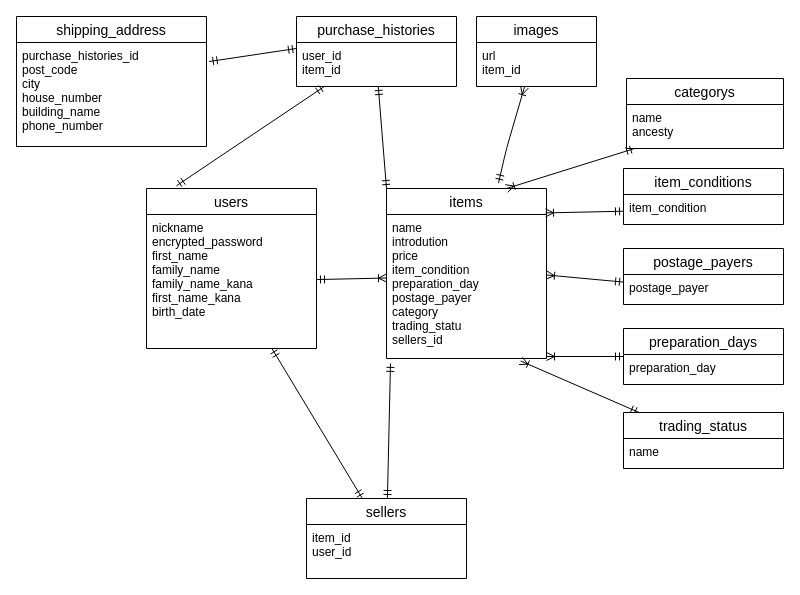
This is furima.dio from coco1127/furima-38432, a draw.io file, before an edit. Source tidied: cells renumbered, new cells numbered last; positions are measured from the earlier drawing's top-left corner, leaving out a move shared by most shapes. Both pictures are drawn from the tidied source at 100%, with x=0, y=0 at pixel (16, 16).
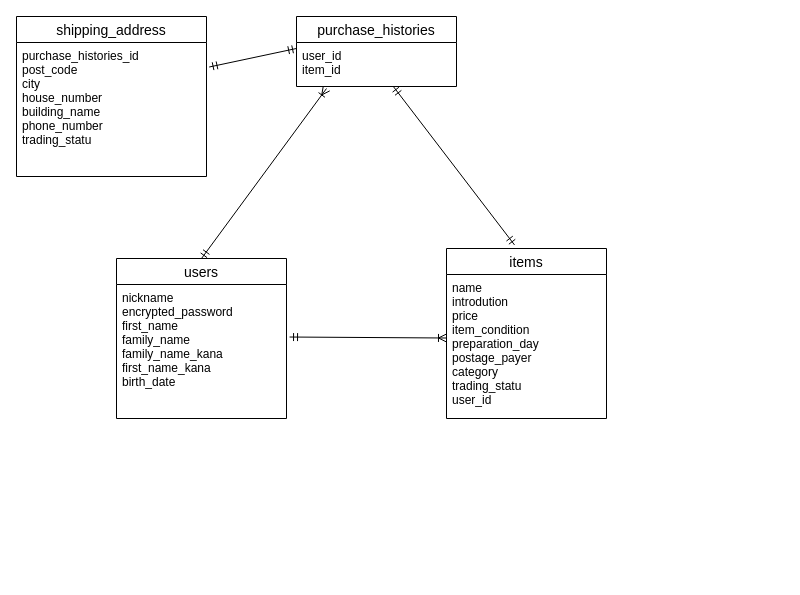
The same page after the edit.

Commit message (it also covers changes not shown here):
都道府県の情報カラム追加

The change refers to these unchanged cells:
```xml
<mxCell id="3" value="nickname&#10;encrypted_password&#10;first_name&#10;family_name&#10;family_name_kana&#10;first_name_kana&#10;birth_date&#10;" style="text;strokeColor=none;fillColor=none;spacingLeft=4;spacingRight=4;overflow=hidden;points=[[0,0.5],[1,0.5]];portConstraint=eastwest;fontSize=12;" parent="2" vertex="1">
  <mxGeometry y="26" width="170" height="134" as="geometry" />
</mxCell>
<mxCell id="11" value="purchase_histories" style="swimlane;fontStyle=0;horizontal=1;startSize=26;align=center;fontSize=14;" parent="1" vertex="1">
  <mxGeometry x="280" width="160" height="70" as="geometry" />
</mxCell>
<mxCell id="12" value="user_id&#10;item_id&#10;" style="text;strokeColor=none;fillColor=none;spacingLeft=4;spacingRight=4;overflow=hidden;points=[[0,0.5],[1,0.5]];portConstraint=eastwest;fontSize=12;" parent="11" vertex="1">
  <mxGeometry y="26" width="160" height="44" as="geometry" />
</mxCell>
```

Change to the diagram source:
```diff
@@
     <mxCell id="2" value="users" style="swimlane;fontStyle=0;horizontal=1;startSize=26;align=center;fontSize=14;" parent="1" vertex="1">
-      <mxGeometry x="130" y="172" width="170" height="160" as="geometry" />
+      <mxGeometry x="100" y="242" width="170" height="160" as="geometry" />
     </mxCell>
@@
     <mxCell id="4" value="items" style="swimlane;fontStyle=0;horizontal=1;startSize=26;align=center;fontSize=14;" parent="1" vertex="1">
-      <mxGeometry x="370" y="172" width="160" height="170" as="geometry" />
+      <mxGeometry x="430" y="232" width="160" height="170" as="geometry" />
     </mxCell>
-    <mxCell id="5" value="name&#10;introdution&#10;price&#10;item_condition&#10;preparation_day&#10;postage_payer&#10;category&#10;trading_statu&#10;sellers_id&#10;" style="text;strokeColor=none;fillColor=none;spacingLeft=4;spacingRight=4;overflow=hidden;points=[[0,0.5],[1,0.5]];portConstraint=eastwest;fontSize=12;" parent="4" vertex="1">
+    <mxCell id="5" value="name&#10;introdution&#10;price&#10;item_condition&#10;preparation_day&#10;postage_payer&#10;category&#10;trading_statu&#10;user_id&#10;" style="text;strokeColor=none;fillColor=none;spacingLeft=4;spacingRight=4;overflow=hidden;points=[[0,0.5],[1,0.5]];portConstraint=eastwest;fontSize=12;" parent="4" vertex="1">
       <mxGeometry y="26" width="160" height="144" as="geometry" />
     </mxCell>
-    <mxCell id="6" value="images" style="swimlane;fontStyle=0;horizontal=1;startSize=26;align=center;fontSize=14;" parent="1" vertex="1">
-      <mxGeometry x="460" width="120" height="70" as="geometry" />
-    </mxCell>
-    <mxCell id="7" value="url&#10;item_id" style="text;strokeColor=none;fillColor=none;spacingLeft=4;spacingRight=4;overflow=hidden;points=[[0,0.5],[1,0.5]];portConstraint=eastwest;fontSize=12;" parent="6" vertex="1">
-      <mxGeometry y="26" width="120" height="44" as="geometry" />
-    </mxCell>
-    <mxCell id="8" value="categorys" style="swimlane;fontStyle=0;horizontal=1;startSize=26;align=center;fontSize=14;" parent="1" vertex="1">
-      <mxGeometry x="610" y="62" width="157" height="70" as="geometry" />
-    </mxCell>
-    <mxCell id="9" value="name&#10;ancesty" style="text;strokeColor=none;fillColor=none;spacingLeft=4;spacingRight=4;overflow=hidden;points=[[0,0.5],[1,0.5]];portConstraint=eastwest;fontSize=12;" parent="8" vertex="1">
-      <mxGeometry y="26" width="157" height="44" as="geometry" />
-    </mxCell>
-    <mxCell id="10" style="edgeStyle=none;html=1;startArrow=ERmandOne;startFill=0;endArrow=ERmandOne;endFill=0;entryX=0.176;entryY=-0.017;entryDx=0;entryDy=0;entryPerimeter=0;" parent="1" edge="1" source="11" target="2">
-      <mxGeometry relative="1" as="geometry" />
+    <mxCell id="10" style="edgeStyle=none;html=1;startArrow=ERoneToMany;startFill=0;endArrow=ERmandOne;endFill=0;entryX=0.5;entryY=0;entryDx=0;entryDy=0;" parent="1" edge="1" target="2">
+      <mxGeometry relative="1" as="geometry">
+        <mxPoint x="310" y="72" as="sourcePoint" />
+      </mxGeometry>
     </mxCell>
@@
-    <mxCell id="13" style="edgeStyle=none;html=1;entryX=0.75;entryY=0;entryDx=0;entryDy=0;endArrow=ERoneToMany;endFill=0;startArrow=ERmandOne;startFill=0;" parent="1" edge="1" source="9" target="4">
-      <mxGeometry relative="1" as="geometry" />
-    </mxCell>
-    <mxCell id="14" style="edgeStyle=none;html=1;startArrow=ERmandOne;startFill=0;endArrow=ERoneToMany;endFill=0;entryX=0.4;entryY=1.011;entryDx=0;entryDy=0;entryPerimeter=0;exitX=0.7;exitY=-0.032;exitDx=0;exitDy=0;exitPerimeter=0;" parent="1" edge="1" source="4" target="7">
-      <mxGeometry relative="1" as="geometry">
-        <Array as="points">
-          <mxPoint x="490" y="132" />
-        </Array>
-      </mxGeometry>
-    </mxCell>
-    <mxCell id="15" value="item_conditions" style="swimlane;fontStyle=0;horizontal=1;startSize=26;align=center;fontSize=14;" parent="1" vertex="1">
-      <mxGeometry x="607" y="152" width="160" height="56" as="geometry" />
-    </mxCell>
-    <mxCell id="16" value="item_condition" style="text;strokeColor=none;fillColor=none;spacingLeft=4;spacingRight=4;overflow=hidden;points=[[0,0.5],[1,0.5]];portConstraint=eastwest;fontSize=12;" parent="15" vertex="1">
-      <mxGeometry y="26" width="160" height="30" as="geometry" />
-    </mxCell>
-    <mxCell id="17" style="edgeStyle=none;html=1;startArrow=ERmandOne;startFill=0;endArrow=ERoneToMany;endFill=0;" parent="1" edge="1" source="18">
-      <mxGeometry relative="1" as="geometry">
-        <mxPoint x="530" y="340" as="targetPoint" />
-      </mxGeometry>
-    </mxCell>
-    <mxCell id="18" value="preparation_days" style="swimlane;fontStyle=0;horizontal=1;startSize=26;align=center;fontSize=14;" parent="1" vertex="1">
-      <mxGeometry x="607" y="312" width="160" height="56" as="geometry" />
-    </mxCell>
-    <mxCell id="19" value="preparation_day" style="text;strokeColor=none;fillColor=none;spacingLeft=4;spacingRight=4;overflow=hidden;fontSize=12;" parent="18" vertex="1">
-      <mxGeometry y="26" width="160" height="30" as="geometry" />
-    </mxCell>
-    <mxCell id="20" value="postage_payers" style="swimlane;fontStyle=0;horizontal=1;startSize=26;align=center;fontSize=14;" parent="1" vertex="1">
-      <mxGeometry x="607" y="232" width="160" height="56" as="geometry" />
-    </mxCell>
-    <mxCell id="21" value="postage_payer" style="text;strokeColor=none;fillColor=none;spacingLeft=4;spacingRight=4;overflow=hidden;points=[[0,0.5],[1,0.5]];portConstraint=eastwest;fontSize=12;" parent="20" vertex="1">
-      <mxGeometry y="26" width="160" height="30" as="geometry" />
-    </mxCell>
-    <mxCell id="22" style="edgeStyle=none;html=1;startArrow=ERmandOne;startFill=0;endArrow=ERoneToMany;endFill=0;entryX=0.838;entryY=1.017;entryDx=0;entryDy=0;entryPerimeter=0;" parent="1" edge="1" source="23" target="5">
-      <mxGeometry relative="1" as="geometry" />
-    </mxCell>
-    <mxCell id="23" value="trading_status" style="swimlane;fontStyle=0;horizontal=1;startSize=26;align=center;fontSize=14;" parent="1" vertex="1">
-      <mxGeometry x="607" y="396" width="160" height="56" as="geometry" />
-    </mxCell>
-    <mxCell id="24" value="name" style="text;strokeColor=none;fillColor=none;spacingLeft=4;spacingRight=4;overflow=hidden;fontSize=12;" parent="23" vertex="1">
-      <mxGeometry y="26" width="160" height="30" as="geometry" />
-    </mxCell>
-    <mxCell id="25" style="edgeStyle=none;html=1;startArrow=ERmandOne;startFill=0;endArrow=ERoneToMany;endFill=0;entryX=0.994;entryY=-0.011;entryDx=0;entryDy=0;entryPerimeter=0;" parent="1" edge="1" source="16" target="5">
-      <mxGeometry relative="1" as="geometry" />
-    </mxCell>
-    <mxCell id="26" style="edgeStyle=none;html=1;startArrow=ERmandOne;startFill=0;endArrow=ERoneToMany;endFill=0;entryX=1;entryY=0.42;entryDx=0;entryDy=0;entryPerimeter=0;" parent="1" edge="1" source="21" target="5">
-      <mxGeometry relative="1" as="geometry" />
-    </mxCell>
-    <mxCell id="27" style="edgeStyle=none;html=1;startArrow=ERmandOne;startFill=0;endArrow=ERmandOne;endFill=0;" parent="1" edge="1" source="12">
-      <mxGeometry relative="1" as="geometry">
-        <mxPoint x="370" y="172" as="targetPoint" />
-      </mxGeometry>
+    <mxCell id="27" style="edgeStyle=none;html=1;startArrow=ERmandOne;startFill=0;endArrow=ERmandOne;endFill=0;entryX=0.425;entryY=-0.021;entryDx=0;entryDy=0;entryPerimeter=0;" parent="1" edge="1" source="12" target="4">
+      <mxGeometry relative="1" as="geometry" />
     </mxCell>
-    <mxCell id="28" style="edgeStyle=none;html=1;entryX=0.025;entryY=1.034;entryDx=0;entryDy=0;entryPerimeter=0;startArrow=ERmandOne;startFill=0;endArrow=ERmandOne;endFill=0;" parent="1" edge="1" source="29" target="5">
-      <mxGeometry relative="1" as="geometry" />
-    </mxCell>
-    <mxCell id="29" value="sellers" style="swimlane;fontStyle=0;horizontal=1;startSize=26;align=center;fontSize=14;" parent="1" vertex="1">
-      <mxGeometry x="290" y="482" width="160" height="80" as="geometry" />
-    </mxCell>
-    <mxCell id="30" value="item_id&#10;user_id" style="text;strokeColor=none;fillColor=none;spacingLeft=4;spacingRight=4;overflow=hidden;fontSize=12;" parent="29" vertex="1">
-      <mxGeometry y="26" width="160" height="54" as="geometry" />
-    </mxCell>
@@
     <mxCell id="32" value="shipping_address" style="swimlane;fontStyle=0;horizontal=1;startSize=26;align=center;fontSize=14;" parent="1" vertex="1">
-      <mxGeometry width="190" height="130" as="geometry" />
+      <mxGeometry width="190" height="160" as="geometry" />
     </mxCell>
-    <mxCell id="33" value="purchase_histories_id&#10;post_code&#10;city&#10;house_number&#10;building_name&#10;phone_number" style="text;strokeColor=none;fillColor=none;spacingLeft=4;spacingRight=4;overflow=hidden;points=[[0,0.5],[1,0.5]];portConstraint=eastwest;fontSize=12;" parent="32" vertex="1">
-      <mxGeometry y="26" width="190" height="104" as="geometry" />
+    <mxCell id="33" value="purchase_histories_id&#10;post_code&#10;city&#10;house_number&#10;building_name&#10;phone_number&#10;trading_statu" style="text;strokeColor=none;fillColor=none;spacingLeft=4;spacingRight=4;overflow=hidden;points=[[0,0.5],[1,0.5]];portConstraint=eastwest;fontSize=12;" parent="32" vertex="1">
+      <mxGeometry y="26" width="190" height="134" as="geometry" />
     </mxCell>
-    <mxCell id="34" style="edgeStyle=none;html=1;startArrow=ERmandOne;startFill=0;endArrow=ERoneToMany;endFill=0;entryX=0;entryY=0.441;entryDx=0;entryDy=0;entryPerimeter=0;" parent="1" edge="1" source="3" target="5">
+    <mxCell id="34" style="edgeStyle=none;html=1;startArrow=ERmandOne;startFill=0;endArrow=ERoneToMany;endFill=0;entryX=0;entryY=0.441;entryDx=0;entryDy=0;entryPerimeter=0;exitX=1.018;exitY=0.392;exitDx=0;exitDy=0;exitPerimeter=0;" parent="1" edge="1" source="3" target="5">
       <mxGeometry relative="1" as="geometry" />
     </mxCell>
-    <mxCell id="35" style="edgeStyle=none;html=1;startArrow=ERmandOne;startFill=0;endArrow=ERmandOne;endFill=0;" parent="1" edge="1" source="3" target="29">
-      <mxGeometry relative="1" as="geometry" />
-    </mxCell>
```
